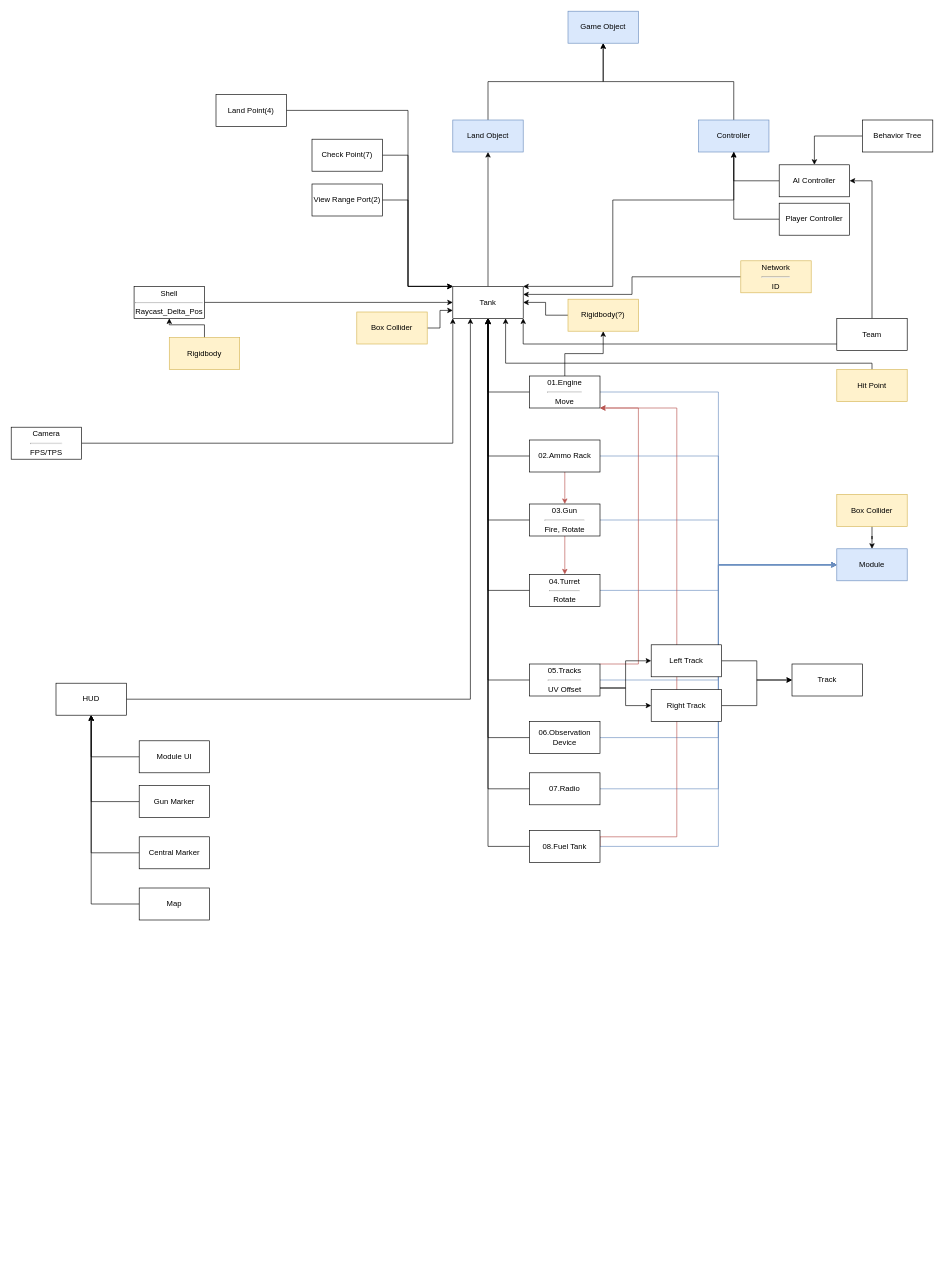
Before: Course/Month7_3D/World of Tank/World of Tank.drawio in nevido2042/JUSIN_STUDY, a draw.io diagram. Source tidied: cells renumbered, new cells numbered last; positions are measured from the earlier drawing's top-left corner, leaving out a move shared by most shapes. Both pictures are drawn from the tidied source at 64%, with x=0, y=0 at pixel (11, 11).
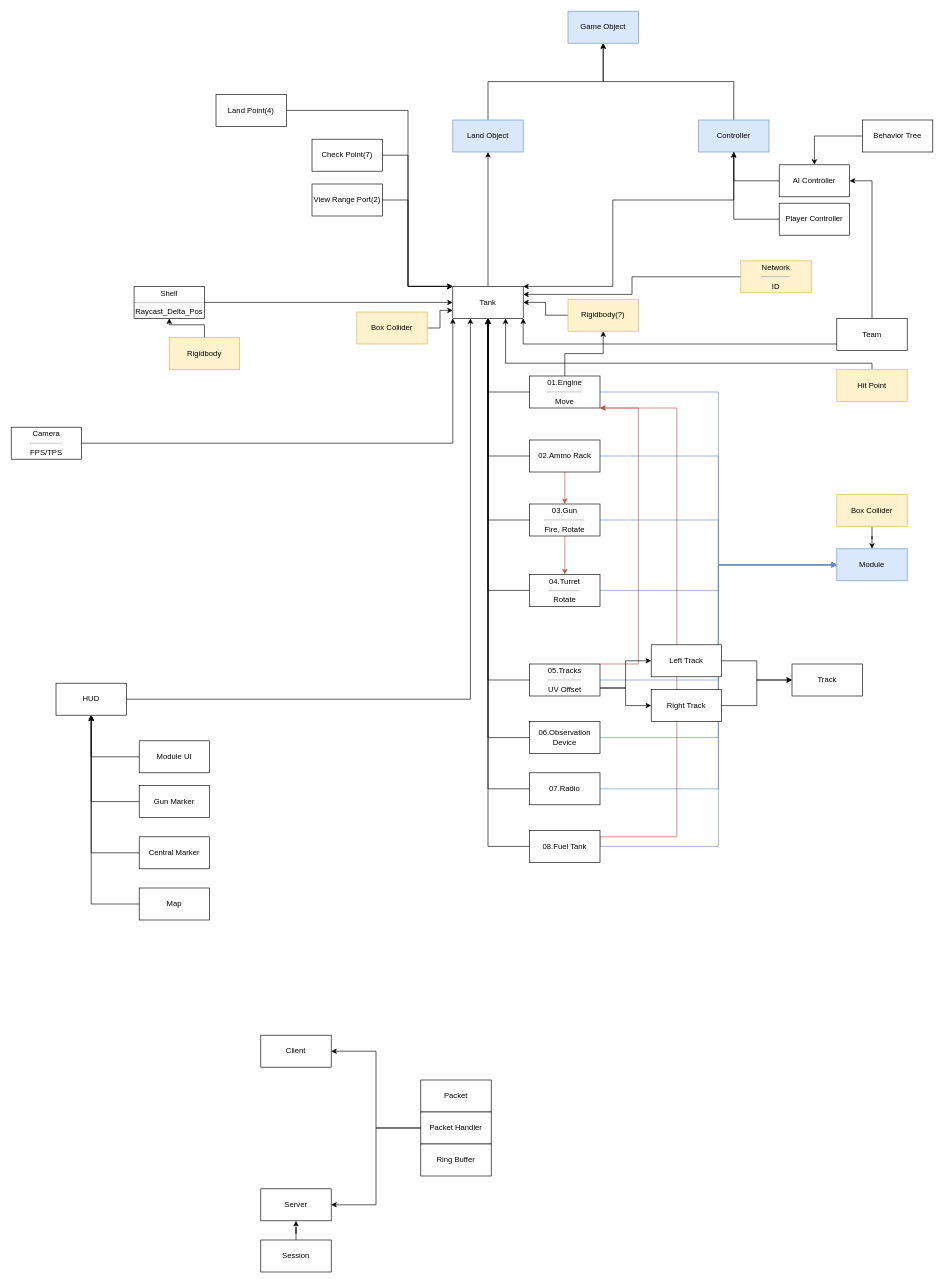
The same diagram, later.

What changed in the source:
```diff
@@
+    <mxCell id="89" value="Server" style="html=1;whiteSpace=wrap;noLabel=0;comic=0;" parent="1" vertex="1">
+      <mxGeometry x="390" y="1840" width="110" height="50" as="geometry" />
+    </mxCell>
+    <mxCell id="90" value="Client" style="html=1;whiteSpace=wrap;noLabel=0;comic=0;" parent="1" vertex="1">
+      <mxGeometry x="390" y="1600" width="110" height="50" as="geometry" />
+    </mxCell>
+    <mxCell id="91" style="edgeStyle=orthogonalEdgeStyle;rounded=0;jettySize=auto;html=1;entryX=0.5;entryY=1;entryDx=0;entryDy=0;" parent="1" edge="1" source="92" target="89">
+      <mxGeometry relative="1" as="geometry" />
+    </mxCell>
+    <mxCell id="92" value="Session" style="html=1;whiteSpace=wrap;noLabel=0;comic=0;" parent="1" vertex="1">
+      <mxGeometry x="390" y="1920" width="110" height="50" as="geometry" />
+    </mxCell>
+    <mxCell id="93" style="group;" parent="1" vertex="1">
+      <mxGeometry x="640" y="1670" width="110" height="150" as="geometry" />
+    </mxCell>
+    <mxCell id="94" value="Packet" style="html=1;whiteSpace=wrap;noLabel=0;comic=0;" parent="93" vertex="1">
+      <mxGeometry width="110" height="50" as="geometry" />
+    </mxCell>
+    <mxCell id="95" value="Packet Handler" style="html=1;whiteSpace=wrap;noLabel=0;comic=0;" parent="93" vertex="1">
+      <mxGeometry y="50" width="110" height="50" as="geometry" />
+    </mxCell>
+    <mxCell id="96" value="Ring Buffer" style="html=1;whiteSpace=wrap;noLabel=0;comic=0;" parent="93" vertex="1">
+      <mxGeometry y="100" width="110" height="50" as="geometry" />
+    </mxCell>
+    <mxCell id="97" style="edgeStyle=orthogonalEdgeStyle;rounded=0;jettySize=auto;html=1;entryX=1;entryY=0.5;entryDx=0;entryDy=0;" parent="1" edge="1" source="95" target="89">
+      <mxGeometry relative="1" as="geometry" />
+    </mxCell>
+    <mxCell id="98" style="edgeStyle=orthogonalEdgeStyle;rounded=0;jettySize=auto;html=1;entryX=1;entryY=0.5;entryDx=0;entryDy=0;" parent="1" edge="1" source="95" target="90">
+      <mxGeometry relative="1" as="geometry" />
+    </mxCell>
```
